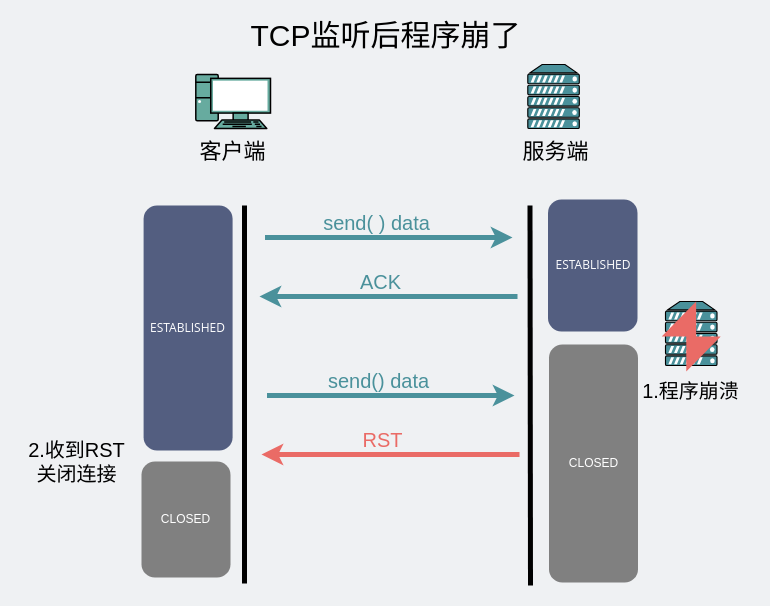
Before: network/TCP监听了但崩了.drawio in xiaobaiTech/image, a draw.io diagram. Source tidied: cells renumbered, new cells numbered last; positions are measured from the earlier drawing's top-left corner, leaving out a move shared by most shapes. Both pictures are drawn from the tidied source at 100%, with x=0, y=0 at pixel (17, 21). Pictures stored in the file or linked from it are replaced by grey dashed boxes.
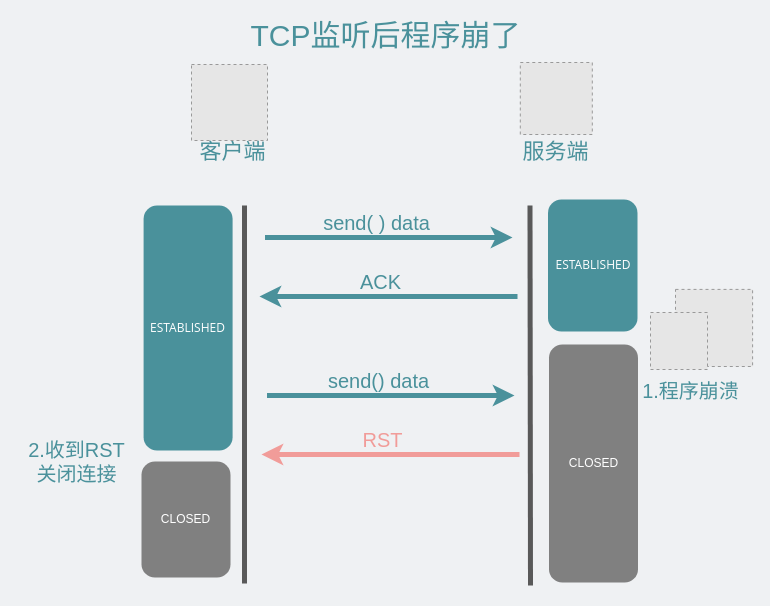
The same page after the edit.

Commit message:
更新TCP监听了但崩了.drawio

Diff of the diagram source:
```diff
@@
-    <mxCell id="2" style="fontColor=#0066CC;verticalAlign=top;verticalLabelPosition=bottom;labelPosition=center;align=center;html=1;gradientColor=none;gradientDirection=north;strokeWidth=2;shape=mxgraph.networks.pc;fillColor=#67AB9F;fontSize=30;" parent="1" vertex="1">
-      <mxGeometry x="178.3" y="53" width="74.7" height="54" as="geometry" />
-    </mxCell>
-    <mxCell id="3" value="客户端" style="text;html=1;strokeColor=none;fillColor=none;align=center;verticalAlign=middle;whiteSpace=wrap;rounded=0;fontSize=22;" parent="1" vertex="1">
+    <mxCell id="3" value="客户端" style="text;html=1;strokeColor=none;fillColor=none;align=center;verticalAlign=middle;whiteSpace=wrap;rounded=0;fontSize=22;fontColor=#4A919B;" parent="1" vertex="1">
       <mxGeometry x="126.1" y="121" width="179" height="20" as="geometry" />
     </mxCell>
-    <mxCell id="4" style="fontColor=#0066CC;verticalAlign=top;verticalLabelPosition=bottom;labelPosition=center;align=center;html=1;gradientColor=none;gradientDirection=north;strokeWidth=2;shape=mxgraph.networks.server;fillColor=#4A919B;" parent="1" vertex="1">
-      <mxGeometry x="510.3" y="43" width="51.5" height="64" as="geometry" />
-    </mxCell>
-    <mxCell id="5" value="服务端" style="text;html=1;strokeColor=none;fillColor=none;align=center;verticalAlign=middle;whiteSpace=wrap;rounded=0;fontSize=22;" parent="1" vertex="1">
+    <mxCell id="5" value="服务端" style="text;html=1;strokeColor=none;fillColor=none;align=center;verticalAlign=middle;whiteSpace=wrap;rounded=0;fontSize=22;fontColor=#4A919B;" parent="1" vertex="1">
       <mxGeometry x="449.3" y="121" width="179" height="20" as="geometry" />
     </mxCell>
-    <mxCell id="6" value="&lt;font style=&quot;font-size: 30px&quot;&gt;TCP监听后程序崩了&lt;/font&gt;" style="text;html=1;strokeColor=none;fillColor=none;align=center;verticalAlign=middle;whiteSpace=wrap;rounded=0;" parent="1" vertex="1">
+    <mxCell id="6" value="&lt;font color=&quot;#4a919b&quot; style=&quot;font-size: 30px&quot;&gt;TCP监听后程序崩了&lt;/font&gt;" style="text;html=1;strokeColor=none;fillColor=none;align=center;verticalAlign=middle;whiteSpace=wrap;rounded=0;" parent="1" vertex="1">
       <mxGeometry x="170.5" width="395" height="28" as="geometry" />
     </mxCell>
-    <mxCell id="7" style="endArrow=none;html=1;strokeWidth=5;" parent="1" edge="1">
+    <mxCell id="7" style="endArrow=none;html=1;strokeWidth=5;strokeColor=#595959;" parent="1" edge="1">
       <mxGeometry relative="1" as="geometry">
         <mxPoint x="227" y="562" as="sourcePoint" />
         <mxPoint x="227" y="184" as="targetPoint" />
       </mxGeometry>
     </mxCell>
@@
-    <mxCell id="11" value="&lt;span style=&quot;font-family: &amp;quot;open sans&amp;quot; , &amp;quot;clear sans&amp;quot; , &amp;quot;helvetica neue&amp;quot; , &amp;quot;helvetica&amp;quot; , &amp;quot;arial&amp;quot; , sans-serif&quot;&gt;&lt;font style=&quot;font-size: 12px&quot;&gt;ESTABLISHED&lt;/font&gt;&lt;/span&gt;" style="rounded=1;whiteSpace=wrap;html=1;dashed=1;strokeWidth=3;strokeColor=none;fillColor=#535E80;fontColor=#FFFFFF;" parent="1" vertex="1">
+    <mxCell id="11" value="&lt;span style=&quot;font-family: &amp;quot;open sans&amp;quot; , &amp;quot;clear sans&amp;quot; , &amp;quot;helvetica neue&amp;quot; , &amp;quot;helvetica&amp;quot; , &amp;quot;arial&amp;quot; , sans-serif&quot;&gt;&lt;font style=&quot;font-size: 12px&quot;&gt;ESTABLISHED&lt;/font&gt;&lt;/span&gt;" style="rounded=1;whiteSpace=wrap;html=1;dashed=1;strokeWidth=3;strokeColor=none;fillColor=#4A919B;fontColor=#FFFFFF;" parent="1" vertex="1">
       <mxGeometry x="530.5" y="178" width="89.5" height="132" as="geometry" />
     </mxCell>
@@
-    <mxCell id="13" style="endArrow=none;html=1;strokeWidth=5;" parent="1" edge="1">
+    <mxCell id="13" style="endArrow=none;html=1;strokeWidth=5;strokeColor=#595959;" parent="1" edge="1">
       <mxGeometry relative="1" as="geometry">
         <mxPoint x="513" y="564" as="sourcePoint" />
         <mxPoint x="512.5" y="184" as="targetPoint" />
       </mxGeometry>
     </mxCell>
@@
-    <mxCell id="15" value="&lt;span style=&quot;font-family: &amp;#34;open sans&amp;#34; , &amp;#34;clear sans&amp;#34; , &amp;#34;helvetica neue&amp;#34; , &amp;#34;helvetica&amp;#34; , &amp;#34;arial&amp;#34; , sans-serif&quot;&gt;&lt;font style=&quot;font-size: 12px&quot;&gt;ESTABLISHED&lt;br&gt;&lt;/font&gt;&lt;/span&gt;" style="rounded=1;whiteSpace=wrap;html=1;dashed=1;strokeWidth=3;fillColor=#535E80;strokeColor=none;fontColor=#FFFFFF;" parent="1" vertex="1">
+    <mxCell id="15" value="&lt;span style=&quot;font-family: &amp;#34;open sans&amp;#34; , &amp;#34;clear sans&amp;#34; , &amp;#34;helvetica neue&amp;#34; , &amp;#34;helvetica&amp;#34; , &amp;#34;arial&amp;#34; , sans-serif&quot;&gt;&lt;font style=&quot;font-size: 12px&quot;&gt;ESTABLISHED&lt;br&gt;&lt;/font&gt;&lt;/span&gt;" style="rounded=1;whiteSpace=wrap;html=1;dashed=1;strokeWidth=3;fillColor=#4A919B;strokeColor=none;fontColor=#FFFFFF;" parent="1" vertex="1">
       <mxGeometry x="126.1" y="184" width="89" height="245" as="geometry" />
     </mxCell>
-    <mxCell id="16" style="fontColor=#0066CC;verticalAlign=top;verticalLabelPosition=bottom;labelPosition=center;align=center;html=1;gradientColor=none;gradientDirection=north;strokeWidth=2;shape=mxgraph.networks.server;fillColor=#4A919B;" parent="1" vertex="1">
-      <mxGeometry x="648" y="280" width="51.5" height="64" as="geometry" />
-    </mxCell>
-    <mxCell id="17" style="html=1;verticalLabelPosition=bottom;align=center;labelBackgroundColor=#ffffff;verticalAlign=top;strokeWidth=2;shadow=0;dashed=0;shape=mxgraph.ios7.icons.flash;strokeColor=none;fillColor=#EA6B66;" parent="1" vertex="1">
-      <mxGeometry x="644.2" y="280" width="59" height="70" as="geometry" />
-    </mxCell>
-    <mxCell id="18" value="&lt;font style=&quot;font-size: 20px&quot;&gt;1.程序崩溃&lt;/font&gt;" style="text;html=1;strokeColor=none;fillColor=none;align=center;verticalAlign=middle;whiteSpace=wrap;rounded=0;" parent="1" vertex="1">
+    <mxCell id="18" value="&lt;font color=&quot;#4a919b&quot; style=&quot;font-size: 20px&quot;&gt;1.程序崩溃&lt;/font&gt;" style="text;html=1;strokeColor=none;fillColor=none;align=center;verticalAlign=middle;whiteSpace=wrap;rounded=0;" parent="1" vertex="1">
       <mxGeometry x="612.4" y="352" width="122.7" height="33" as="geometry" />
     </mxCell>
@@
-    <mxCell id="21" style="endArrow=none;html=1;strokeWidth=5;startArrow=classic;startFill=1;endFill=0;fontColor=#4A919B;strokeColor=#EA6B66;" parent="1" edge="1">
+    <mxCell id="21" style="endArrow=none;html=1;strokeWidth=5;startArrow=classic;startFill=1;endFill=0;fontColor=#4A919B;strokeColor=#F19C99;" parent="1" edge="1">
       <mxGeometry relative="1" as="geometry">
         <mxPoint x="244" y="433" as="sourcePoint" />
         <mxPoint x="502" y="433" as="targetPoint" />
       </mxGeometry>
     </mxCell>
-    <mxCell id="22" value="RST" style="text;html=1;strokeColor=none;fillColor=none;align=center;verticalAlign=middle;whiteSpace=wrap;rounded=0;fontSize=20;rotation=0;fontColor=#EA6B66;" parent="1" vertex="1">
+    <mxCell id="22" value="&lt;font color=&quot;#f19c99&quot;&gt;RST&lt;/font&gt;" style="text;html=1;strokeColor=none;fillColor=none;align=center;verticalAlign=middle;whiteSpace=wrap;rounded=0;fontSize=20;rotation=0;fontColor=#EA6B66;" parent="1" vertex="1">
       <mxGeometry x="322" y="402" width="87" height="32" as="geometry" />
     </mxCell>
@@
-    <mxCell id="24" value="&lt;font style=&quot;font-size: 20px&quot;&gt;2.收到RST&lt;br&gt;关闭连接&lt;br&gt;&lt;/font&gt;" style="text;html=1;strokeColor=none;fillColor=none;align=center;verticalAlign=middle;whiteSpace=wrap;rounded=0;" parent="1" vertex="1">
+    <mxCell id="24" value="&lt;font style=&quot;font-size: 20px&quot;&gt;&lt;font color=&quot;#4a919b&quot;&gt;2.收到RST&lt;br&gt;关闭连接&lt;/font&gt;&lt;br&gt;&lt;/font&gt;" style="text;html=1;strokeColor=none;fillColor=none;align=center;verticalAlign=middle;whiteSpace=wrap;rounded=0;" parent="1" vertex="1">
       <mxGeometry y="423" width="119" height="33" as="geometry" />
     </mxCell>
+    <mxCell id="25" style="fillColor=#E6E6E6;strokeColor=#999999;dashed=1;verticalLabelPosition=bottom;verticalAlign=top;" parent="1" vertex="1">
+      <mxGeometry x="174" y="43" width="76" height="76" as="geometry" />
+    </mxCell>
+    <mxCell id="26" style="fillColor=#E6E6E6;strokeColor=#999999;dashed=1;verticalLabelPosition=bottom;verticalAlign=top;fontColor=#4A919B;" parent="1" vertex="1">
+      <mxGeometry x="502.8" y="41" width="72" height="72" as="geometry" />
+    </mxCell>
+    <mxCell id="27" style="fillColor=#E6E6E6;strokeColor=#999999;dashed=1;verticalLabelPosition=bottom;verticalAlign=top;fontColor=#4A919B;" parent="1" vertex="1">
+      <mxGeometry x="658" y="267.9" width="77.1" height="77.1" as="geometry" />
+    </mxCell>
+    <mxCell id="28" style="fillColor=#E6E6E6;strokeColor=#999999;dashed=1;verticalLabelPosition=bottom;verticalAlign=top;fontColor=#4A919B;" parent="1" vertex="1">
+      <mxGeometry x="633" y="291" width="57" height="57" as="geometry" />
+    </mxCell>
```
